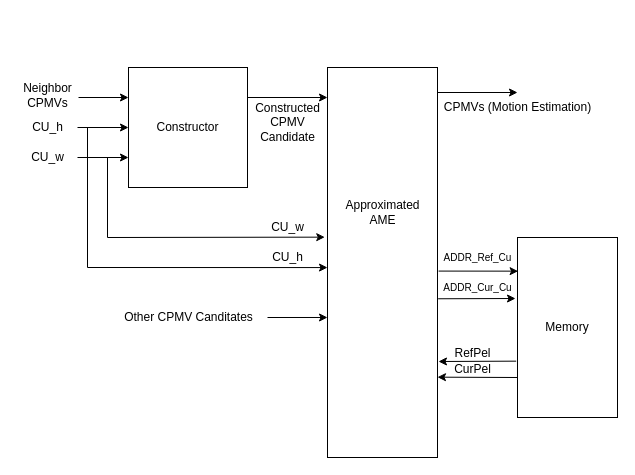
The draw.io diagram page "High Level" (1 of 9) of AME-block_diagram.drawio in CostantinoTaranto/AME_Block-Diagram, before the edit. Source tidied: cells renumbered, new cells numbered last; positions are measured from the earlier drawing's top-left corner, leaving out a move shared by most shapes. Both pictures are drawn from the tidied source at 100%, with x=0, y=0 at pixel (17, 67).
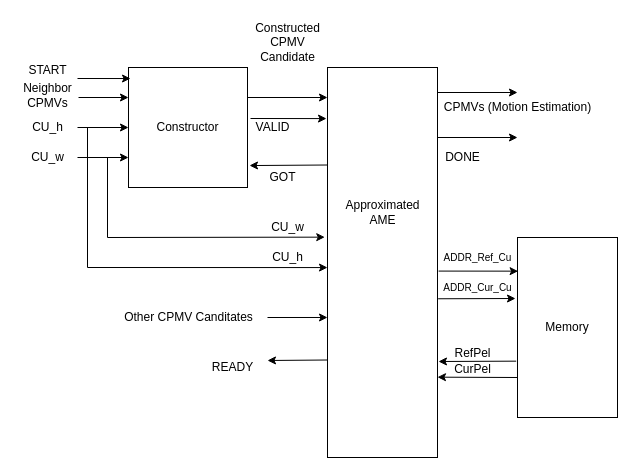
Above is the later version.

The change refers to these unchanged cells:
```xml
<mxCell id="2" value="Constructor" style="rounded=0;whiteSpace=wrap;html=1;" parent="1" vertex="1">
  <mxGeometry x="111" width="119" height="120" as="geometry" />
</mxCell>
<mxCell id="10" style="rounded=0;whiteSpace=wrap;html=1;" parent="1" vertex="1">
  <mxGeometry x="310" width="110" height="390" as="geometry" />
</mxCell>
```

Change to the diagram source:
```diff
@@
     <mxCell id="21" value="Constructed&lt;br&gt;CPMV&lt;br&gt;Candidate" style="text;html=1;align=center;verticalAlign=middle;" parent="1" vertex="1">
-      <mxGeometry x="230" y="30" width="80" height="50" as="geometry" />
+      <mxGeometry x="230" y="-50" width="80" height="50" as="geometry" />
     </mxCell>
@@
+    <mxCell id="32" style="endArrow=classic;html=1;entryX=0.017;entryY=0.092;entryDx=0;entryDy=0;entryPerimeter=0;" parent="1" edge="1" target="2">
+      <mxGeometry relative="1" as="geometry">
+        <mxPoint x="60" y="11" as="sourcePoint" />
+      </mxGeometry>
+    </mxCell>
+    <mxCell id="33" value="START" style="text;html=1;align=center;verticalAlign=middle;" parent="1" vertex="1">
+      <mxGeometry x="5" y="-7" width="50" height="20" as="geometry" />
+    </mxCell>
+    <mxCell id="34" style="endArrow=classic;html=1;entryX=-0.009;entryY=0.131;entryDx=0;entryDy=0;entryPerimeter=0;" parent="1" edge="1" target="10">
+      <mxGeometry relative="1" as="geometry">
+        <mxPoint x="233" y="51" as="sourcePoint" />
+      </mxGeometry>
+    </mxCell>
+    <mxCell id="35" value="VALID" style="text;html=1;align=center;verticalAlign=middle;" parent="1" vertex="1">
+      <mxGeometry x="230" y="50" width="50" height="20" as="geometry" />
+    </mxCell>
+    <mxCell id="36" style="endArrow=classic;html=1;exitX=0;exitY=0.25;exitDx=0;exitDy=0;entryX=1.017;entryY=0.817;entryDx=0;entryDy=0;entryPerimeter=0;" parent="1" edge="1" source="10" target="2">
+      <mxGeometry relative="1" as="geometry" />
+    </mxCell>
+    <mxCell id="37" value="GOT" style="text;html=1;align=center;verticalAlign=middle;" parent="1" vertex="1">
+      <mxGeometry x="245" y="100" width="40" height="20" as="geometry" />
+    </mxCell>
+    <mxCell id="38" style="endArrow=classic;html=1;exitX=1;exitY=0.5;exitDx=0;exitDy=0;" parent="1" edge="1">
+      <mxGeometry relative="1" as="geometry">
+        <mxPoint x="420" y="70" as="sourcePoint" />
+        <mxPoint x="500" y="70" as="targetPoint" />
+      </mxGeometry>
+    </mxCell>
+    <mxCell id="39" value="DONE" style="text;html=1;align=center;verticalAlign=middle;" parent="1" vertex="1">
+      <mxGeometry x="420" y="80" width="50" height="20" as="geometry" />
+    </mxCell>
+    <mxCell id="40" style="endArrow=classic;html=1;exitX=0;exitY=0.75;exitDx=0;exitDy=0;" parent="1" edge="1" source="10">
+      <mxGeometry relative="1" as="geometry">
+        <mxPoint x="250" y="293" as="targetPoint" />
+      </mxGeometry>
+    </mxCell>
+    <mxCell id="41" value="READY" style="text;html=1;align=center;verticalAlign=middle;" parent="1" vertex="1">
+      <mxGeometry x="185" y="290" width="60" height="20" as="geometry" />
+    </mxCell>
```
